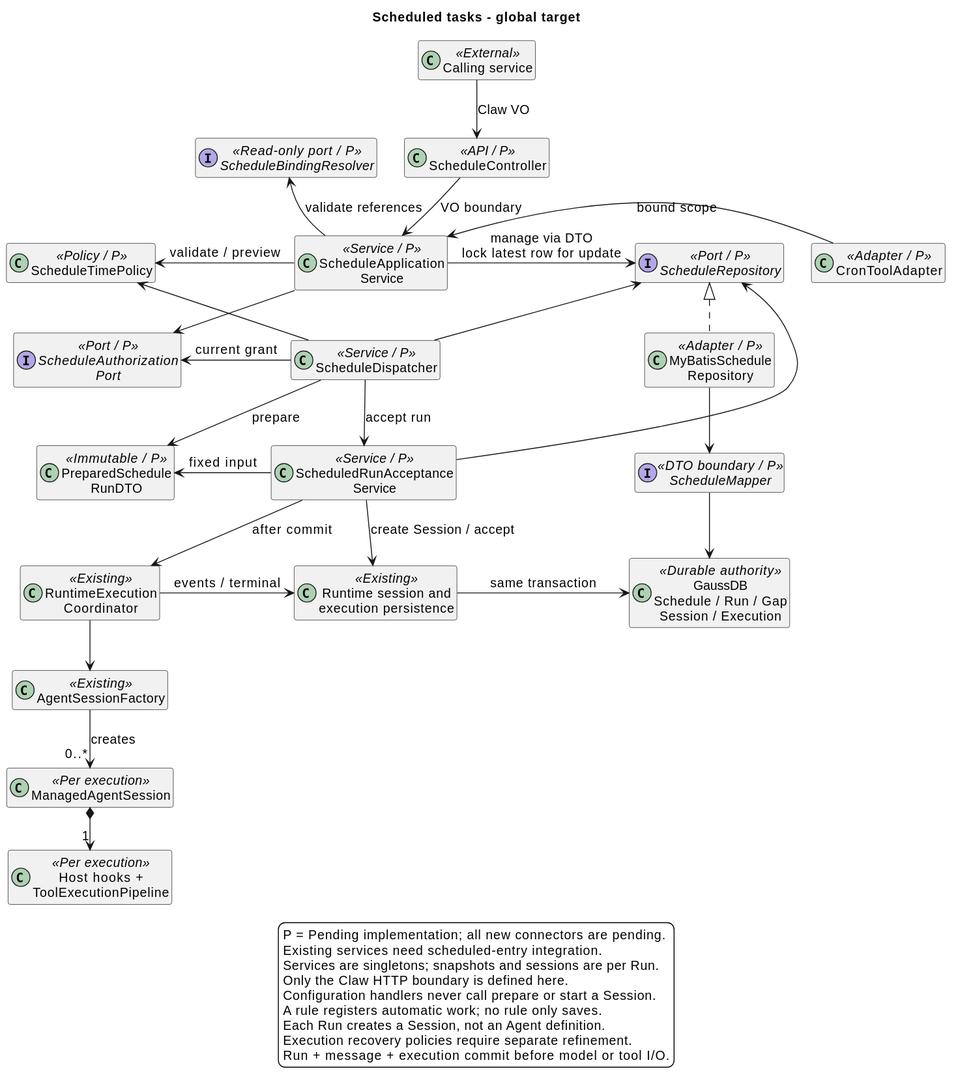
Above: 01-总体架构/08-CampusClaw定时任务/scheduled_task_architecture.svg in ssm0808/pi-mono-java-design (PlantUML), before the change.
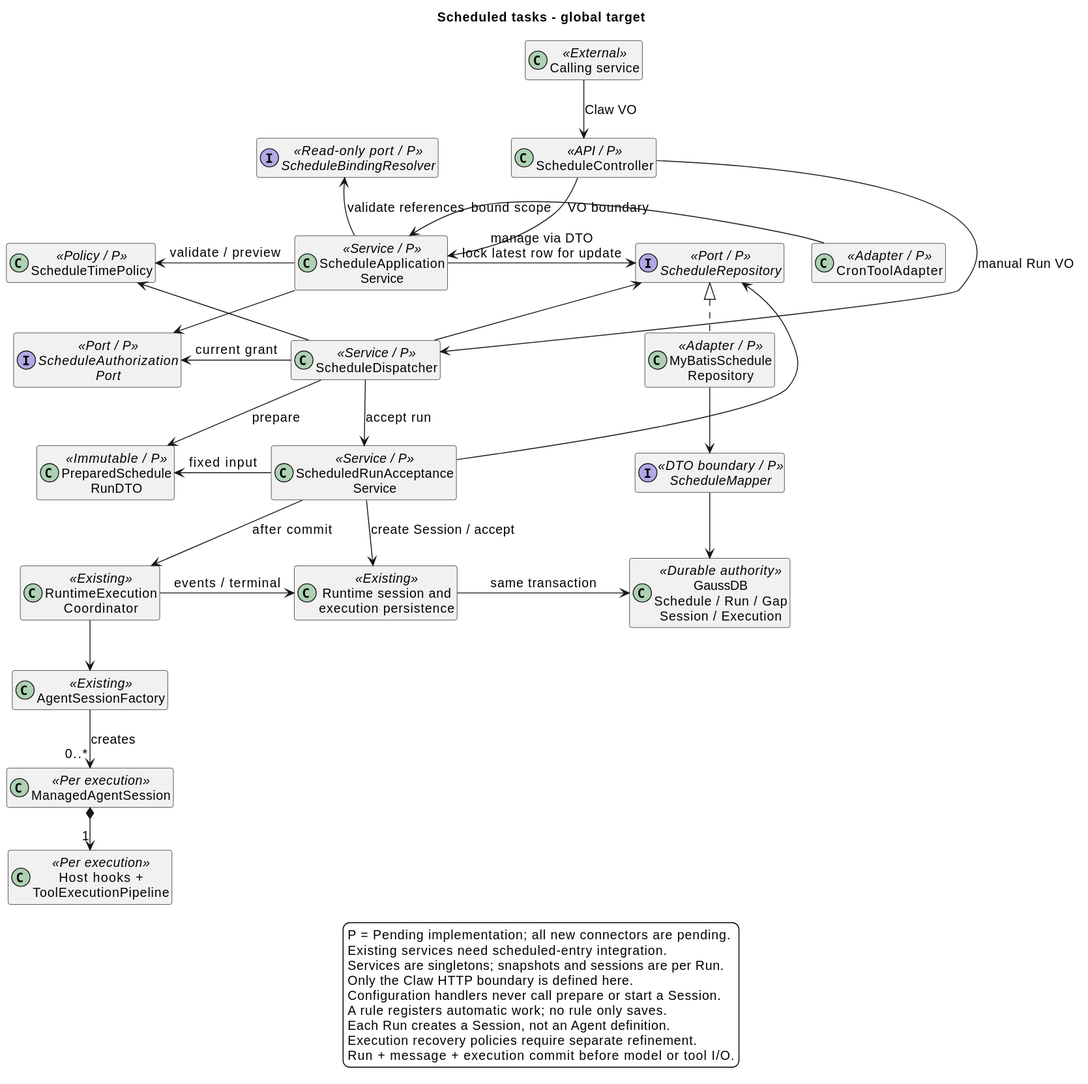
The same file after the commit.

Change to the diagram source:
```diff
@@ -27,6 +27,7 @@
 class "Host hooks +\nToolExecutionPipeline" as Pipeline <<Per execution>>
 Caller -down-> Api : Claw VO
 Api -down-> App : VO boundary
+Api -[norank]-> Dispatch : manual Run VO
 Tool -left-> App : bound scope
 App -down[hidden]-> Dispatch
 Time -down[hidden]-> Auth
```
